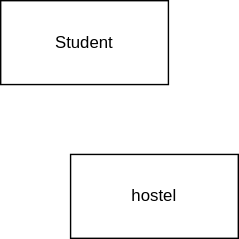
Before: hostel_management.drawio.svg, a diagram exported from draw.io (Zeven100/hostel_management). Source tidied: cells renumbered, new cells last; positions are measured from the earlier drawing's top-left corner, leaving out a move shared by most shapes.
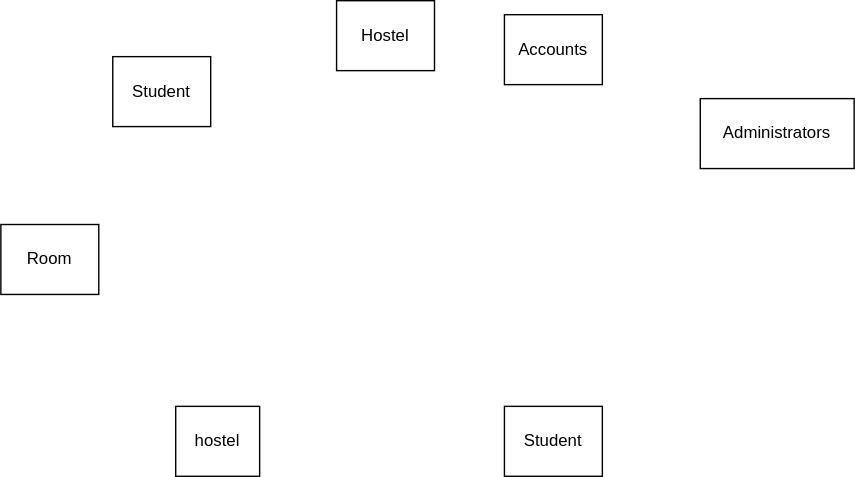
After the change.

The edit, as a diff of the source:
```diff
@@ -3,10 +3,25 @@
     <mxCell id="0" />
     <mxCell id="1" parent="0" />
     <mxCell id="2" value="hostel" style="rounded=0;whiteSpace=wrap;html=1;" parent="1" vertex="1">
-      <mxGeometry x="50" y="110" width="120" height="60" as="geometry" />
+      <mxGeometry x="-5" y="210" width="60" height="50" as="geometry" />
     </mxCell>
     <mxCell id="3" value="Student" style="rounded=0;whiteSpace=wrap;html=1;" parent="1" vertex="1">
-      <mxGeometry width="120" height="60" as="geometry" />
+      <mxGeometry x="-50" y="-40" width="70" height="50" as="geometry" />
     </mxCell>
+    <mxCell id="4" value="Hostel" style="rounded=0;whiteSpace=wrap;html=1;" parent="1" vertex="1">
+      <mxGeometry x="110" y="-80" width="70" height="50" as="geometry" />
+    </mxCell>
+    <mxCell id="5" value="Accounts" style="rounded=0;whiteSpace=wrap;html=1;" parent="1" vertex="1">
+      <mxGeometry x="230" y="-70" width="70" height="50" as="geometry" />
+    </mxCell>
+    <mxCell id="6" value="Student" style="rounded=0;whiteSpace=wrap;html=1;" parent="1" vertex="1">
+      <mxGeometry x="230" y="210" width="70" height="50" as="geometry" />
+    </mxCell>
+    <mxCell id="7" value="Room" style="rounded=0;whiteSpace=wrap;html=1;" parent="1" vertex="1">
+      <mxGeometry x="-130" y="80" width="70" height="50" as="geometry" />
+    </mxCell>
+    <mxCell id="8" value="Administrators" style="rounded=0;whiteSpace=wrap;html=1;" parent="1" vertex="1">
+      <mxGeometry x="370" y="-10" width="110" height="50" as="geometry" />
+    </mxCell>
   </root>
 </mxGraphModel>
```
